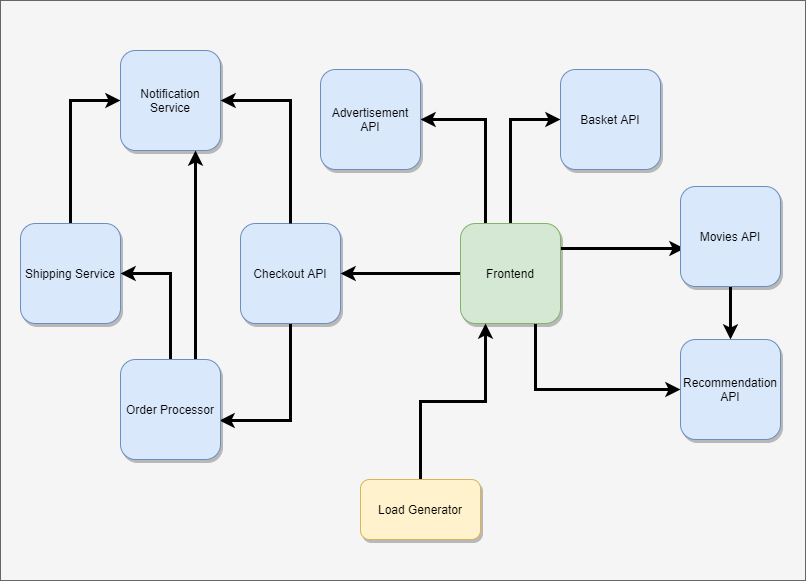
The draw.io diagram resources/Architecture.png in hjgraca/kubeflix, before a commit. Source tidied: cells renumbered, new cells last; positions are measured from the earlier drawing's top-left corner, leaving out a move shared by most shapes. Source of this version:
```xml
<mxGraphModel>
  <root>
    <mxCell id="0" />
    <mxCell id="1" parent="0" />
    <mxCell id="2" style="rounded=0;whiteSpace=wrap;html=1;fillColor=#f5f5f5;strokeColor=#666666;fontColor=#333333;" parent="1" vertex="1">
      <mxGeometry width="805" height="580" as="geometry" />
    </mxCell>
    <mxCell id="3" style="edgeStyle=orthogonalEdgeStyle;rounded=0;jettySize=auto;html=1;exitX=0.75;exitY=1;exitDx=0;exitDy=0;entryX=0;entryY=0.5;entryDx=0;entryDy=0;strokeWidth=3;" parent="1" edge="1" source="8" target="11">
      <mxGeometry relative="1" as="geometry" />
    </mxCell>
    <mxCell id="4" style="edgeStyle=orthogonalEdgeStyle;rounded=0;jettySize=auto;html=1;entryX=1;entryY=0.5;entryDx=0;entryDy=0;strokeWidth=3;" parent="1" edge="1" source="8" target="16">
      <mxGeometry relative="1" as="geometry" />
    </mxCell>
    <mxCell id="5" style="edgeStyle=orthogonalEdgeStyle;rounded=0;jettySize=auto;html=1;exitX=0.25;exitY=0;exitDx=0;exitDy=0;entryX=1;entryY=0.5;entryDx=0;entryDy=0;strokeWidth=3;" parent="1" edge="1" source="8" target="21">
      <mxGeometry relative="1" as="geometry" />
    </mxCell>
    <mxCell id="6" style="edgeStyle=orthogonalEdgeStyle;rounded=0;jettySize=auto;html=1;exitX=0.5;exitY=0;exitDx=0;exitDy=0;entryX=0;entryY=0.5;entryDx=0;entryDy=0;strokeWidth=3;" parent="1" edge="1" source="8" target="12">
      <mxGeometry relative="1" as="geometry" />
    </mxCell>
    <mxCell id="7" style="edgeStyle=orthogonalEdgeStyle;rounded=0;jettySize=auto;html=1;exitX=1;exitY=0.25;exitDx=0;exitDy=0;entryX=0.04;entryY=0.62;entryDx=0;entryDy=0;entryPerimeter=0;strokeWidth=3;" parent="1" edge="1" source="8" target="10">
      <mxGeometry relative="1" as="geometry" />
    </mxCell>
    <mxCell id="8" value="Frontend" style="whiteSpace=wrap;html=1;fillColor=#d5e8d4;strokeColor=#82b366;rounded=1;shadow=1;glass=0;sketch=0;" parent="1" vertex="1">
      <mxGeometry x="460" y="223" width="100" height="100" as="geometry" />
    </mxCell>
    <mxCell id="9" style="edgeStyle=orthogonalEdgeStyle;rounded=0;jettySize=auto;html=1;exitX=0.5;exitY=1;exitDx=0;exitDy=0;entryX=0.5;entryY=0;entryDx=0;entryDy=0;strokeWidth=3;" parent="1" edge="1" source="10" target="11">
      <mxGeometry relative="1" as="geometry" />
    </mxCell>
    <mxCell id="10" value="Movies API" style="whiteSpace=wrap;html=1;fillColor=#dae8fc;strokeColor=#6c8ebf;rounded=1;shadow=1;glass=0;sketch=0;" parent="1" vertex="1">
      <mxGeometry x="680" y="186" width="100" height="100" as="geometry" />
    </mxCell>
    <mxCell id="11" value="Recommendation API" style="whiteSpace=wrap;html=1;fillColor=#dae8fc;strokeColor=#6c8ebf;rounded=1;shadow=1;glass=0;sketch=0;" parent="1" vertex="1">
      <mxGeometry x="680" y="339" width="100" height="100" as="geometry" />
    </mxCell>
    <mxCell id="12" value="Basket API" style="whiteSpace=wrap;html=1;fillColor=#dae8fc;strokeColor=#6c8ebf;rounded=1;shadow=1;glass=0;sketch=0;" parent="1" vertex="1">
      <mxGeometry x="560" y="69" width="100" height="100" as="geometry" />
    </mxCell>
    <mxCell id="13" style="edgeStyle=orthogonalEdgeStyle;rounded=0;jettySize=auto;html=1;entryX=1;entryY=0.5;entryDx=0;entryDy=0;strokeWidth=3;" parent="1" edge="1" source="20" target="17">
      <mxGeometry relative="1" as="geometry" />
    </mxCell>
    <mxCell id="14" style="edgeStyle=orthogonalEdgeStyle;rounded=0;jettySize=auto;html=1;entryX=0;entryY=0.5;entryDx=0;entryDy=0;strokeWidth=3;" parent="1" edge="1" source="17" target="18">
      <mxGeometry relative="1" as="geometry" />
    </mxCell>
    <mxCell id="15" style="edgeStyle=orthogonalEdgeStyle;rounded=0;jettySize=auto;html=1;exitX=0.5;exitY=1;exitDx=0;exitDy=0;entryX=0.99;entryY=0.61;entryDx=0;entryDy=0;entryPerimeter=0;strokeWidth=3;" parent="1" edge="1" source="16" target="20">
      <mxGeometry relative="1" as="geometry" />
    </mxCell>
    <mxCell id="16" value="Checkout API" style="whiteSpace=wrap;html=1;fillColor=#dae8fc;strokeColor=#6c8ebf;rounded=1;shadow=1;glass=0;sketch=0;" parent="1" vertex="1">
      <mxGeometry x="240" y="223" width="100" height="100" as="geometry" />
    </mxCell>
    <mxCell id="17" value="Shipping Service" style="whiteSpace=wrap;html=1;fillColor=#dae8fc;strokeColor=#6c8ebf;rounded=1;shadow=1;glass=0;sketch=0;" parent="1" vertex="1">
      <mxGeometry x="20" y="223" width="100" height="100" as="geometry" />
    </mxCell>
    <mxCell id="18" value="Notification Service" style="whiteSpace=wrap;html=1;fillColor=#dae8fc;strokeColor=#6c8ebf;rounded=1;shadow=1;glass=0;sketch=0;" parent="1" vertex="1">
      <mxGeometry x="120" y="50" width="100" height="100" as="geometry" />
    </mxCell>
    <mxCell id="19" style="edgeStyle=orthogonalEdgeStyle;rounded=0;jettySize=auto;html=1;exitX=0.75;exitY=0;exitDx=0;exitDy=0;entryX=0.75;entryY=1;entryDx=0;entryDy=0;strokeWidth=3;" parent="1" edge="1" source="20" target="18">
      <mxGeometry relative="1" as="geometry" />
    </mxCell>
    <mxCell id="20" value="Order Processor" style="whiteSpace=wrap;html=1;fillColor=#dae8fc;strokeColor=#6c8ebf;rounded=1;shadow=1;glass=0;sketch=0;" parent="1" vertex="1">
      <mxGeometry x="120" y="359" width="100" height="100" as="geometry" />
    </mxCell>
    <mxCell id="21" value="Advertisement API" style="whiteSpace=wrap;html=1;fillColor=#dae8fc;strokeColor=#6c8ebf;rounded=1;shadow=1;glass=0;sketch=0;" parent="1" vertex="1">
      <mxGeometry x="320" y="69" width="100" height="100" as="geometry" />
    </mxCell>
    <mxCell id="22" style="edgeStyle=orthogonalEdgeStyle;rounded=0;jettySize=auto;html=1;entryX=0.25;entryY=1;entryDx=0;entryDy=0;strokeWidth=3;" parent="1" edge="1" source="23" target="8">
      <mxGeometry relative="1" as="geometry" />
    </mxCell>
    <mxCell id="23" value="Load Generator" style="rounded=1;whiteSpace=wrap;html=1;fillColor=#fff2cc;strokeColor=#d6b656;shadow=1;glass=0;sketch=0;" parent="1" vertex="1">
      <mxGeometry x="360" y="479" width="120" height="60" as="geometry" />
    </mxCell>
    <mxCell id="24" style="edgeStyle=orthogonalEdgeStyle;rounded=0;jettySize=auto;html=1;entryX=1;entryY=0.5;entryDx=0;entryDy=0;strokeWidth=3;exitX=0.5;exitY=0;exitDx=0;exitDy=0;" parent="1" edge="1" source="16" target="18">
      <mxGeometry relative="1" as="geometry" />
    </mxCell>
  </root>
</mxGraphModel>
```
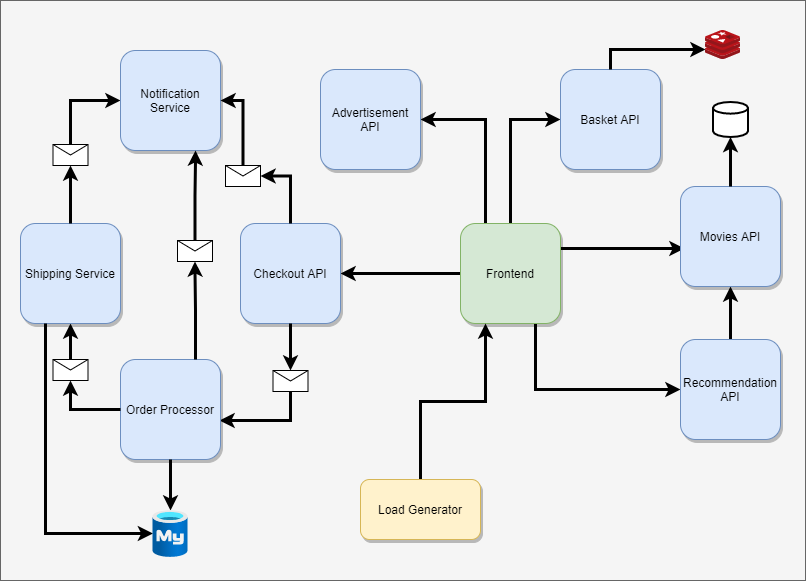
After the commit.

The edit, as a diff of the source:
```diff
@@ -23,7 +23,7 @@
     <mxCell id="8" value="Frontend" style="whiteSpace=wrap;html=1;fillColor=#d5e8d4;strokeColor=#82b366;rounded=1;shadow=1;glass=0;sketch=0;" parent="1" vertex="1">
       <mxGeometry x="460" y="223" width="100" height="100" as="geometry" />
     </mxCell>
-    <mxCell id="9" style="edgeStyle=orthogonalEdgeStyle;rounded=0;jettySize=auto;html=1;exitX=0.5;exitY=1;exitDx=0;exitDy=0;entryX=0.5;entryY=0;entryDx=0;entryDy=0;strokeWidth=3;" parent="1" edge="1" source="10" target="11">
+    <mxCell id="9" style="edgeStyle=orthogonalEdgeStyle;rounded=0;jettySize=auto;html=1;exitX=0.5;exitY=0;exitDx=0;exitDy=0;entryX=0.5;entryY=1;entryDx=0;entryDy=0;strokeWidth=3;" parent="1" edge="1" source="11" target="10">
       <mxGeometry relative="1" as="geometry" />
     </mxCell>
     <mxCell id="10" value="Movies API" style="whiteSpace=wrap;html=1;fillColor=#dae8fc;strokeColor=#6c8ebf;rounded=1;shadow=1;glass=0;sketch=0;" parent="1" vertex="1">
@@ -35,13 +35,13 @@
     <mxCell id="12" value="Basket API" style="whiteSpace=wrap;html=1;fillColor=#dae8fc;strokeColor=#6c8ebf;rounded=1;shadow=1;glass=0;sketch=0;" parent="1" vertex="1">
       <mxGeometry x="560" y="69" width="100" height="100" as="geometry" />
     </mxCell>
-    <mxCell id="13" style="edgeStyle=orthogonalEdgeStyle;rounded=0;jettySize=auto;html=1;entryX=1;entryY=0.5;entryDx=0;entryDy=0;strokeWidth=3;" parent="1" edge="1" source="20" target="17">
+    <mxCell id="13" style="edgeStyle=orthogonalEdgeStyle;rounded=0;jettySize=auto;html=1;entryX=0.5;entryY=1;entryDx=0;entryDy=0;strokeWidth=3;exitX=0.5;exitY=0;exitDx=0;exitDy=0;" parent="1" edge="1" source="33" target="17">
       <mxGeometry relative="1" as="geometry" />
     </mxCell>
-    <mxCell id="14" style="edgeStyle=orthogonalEdgeStyle;rounded=0;jettySize=auto;html=1;entryX=0;entryY=0.5;entryDx=0;entryDy=0;strokeWidth=3;" parent="1" edge="1" source="17" target="18">
+    <mxCell id="14" style="edgeStyle=orthogonalEdgeStyle;rounded=0;jettySize=auto;html=1;entryX=0;entryY=0.5;entryDx=0;entryDy=0;strokeWidth=3;exitX=0.5;exitY=0;exitDx=0;exitDy=0;" parent="1" edge="1" source="31" target="18">
       <mxGeometry relative="1" as="geometry" />
     </mxCell>
-    <mxCell id="15" style="edgeStyle=orthogonalEdgeStyle;rounded=0;jettySize=auto;html=1;exitX=0.5;exitY=1;exitDx=0;exitDy=0;entryX=0.99;entryY=0.61;entryDx=0;entryDy=0;entryPerimeter=0;strokeWidth=3;" parent="1" edge="1" source="16" target="20">
+    <mxCell id="15" style="edgeStyle=orthogonalEdgeStyle;rounded=0;jettySize=auto;html=1;exitX=0.5;exitY=1;exitDx=0;exitDy=0;entryX=0.99;entryY=0.61;entryDx=0;entryDy=0;entryPerimeter=0;strokeWidth=3;" parent="1" edge="1" source="27" target="20">
       <mxGeometry relative="1" as="geometry" />
     </mxCell>
     <mxCell id="16" value="Checkout API" style="whiteSpace=wrap;html=1;fillColor=#dae8fc;strokeColor=#6c8ebf;rounded=1;shadow=1;glass=0;sketch=0;" parent="1" vertex="1">
@@ -53,7 +53,7 @@
     <mxCell id="18" value="Notification Service" style="whiteSpace=wrap;html=1;fillColor=#dae8fc;strokeColor=#6c8ebf;rounded=1;shadow=1;glass=0;sketch=0;" parent="1" vertex="1">
       <mxGeometry x="120" y="50" width="100" height="100" as="geometry" />
     </mxCell>
-    <mxCell id="19" style="edgeStyle=orthogonalEdgeStyle;rounded=0;jettySize=auto;html=1;exitX=0.75;exitY=0;exitDx=0;exitDy=0;entryX=0.75;entryY=1;entryDx=0;entryDy=0;strokeWidth=3;" parent="1" edge="1" source="20" target="18">
+    <mxCell id="19" style="edgeStyle=orthogonalEdgeStyle;rounded=0;jettySize=auto;html=1;exitX=0.5;exitY=0;exitDx=0;exitDy=0;entryX=0.75;entryY=1;entryDx=0;entryDy=0;strokeWidth=3;" parent="1" edge="1" source="29" target="18">
       <mxGeometry relative="1" as="geometry" />
     </mxCell>
     <mxCell id="20" value="Order Processor" style="whiteSpace=wrap;html=1;fillColor=#dae8fc;strokeColor=#6c8ebf;rounded=1;shadow=1;glass=0;sketch=0;" parent="1" vertex="1">
@@ -68,8 +68,67 @@
     <mxCell id="23" value="Load Generator" style="rounded=1;whiteSpace=wrap;html=1;fillColor=#fff2cc;strokeColor=#d6b656;shadow=1;glass=0;sketch=0;" parent="1" vertex="1">
       <mxGeometry x="360" y="479" width="120" height="60" as="geometry" />
     </mxCell>
-    <mxCell id="24" style="edgeStyle=orthogonalEdgeStyle;rounded=0;jettySize=auto;html=1;entryX=1;entryY=0.5;entryDx=0;entryDy=0;strokeWidth=3;exitX=0.5;exitY=0;exitDx=0;exitDy=0;" parent="1" edge="1" source="16" target="18">
+    <mxCell id="24" style="edgeStyle=orthogonalEdgeStyle;rounded=0;jettySize=auto;html=1;entryX=1;entryY=0.5;entryDx=0;entryDy=0;strokeWidth=3;exitX=0.5;exitY=0;exitDx=0;exitDy=0;" parent="1" edge="1" source="25" target="18">
       <mxGeometry relative="1" as="geometry" />
     </mxCell>
+    <mxCell id="25" style="shape=message;html=1;whiteSpace=wrap;html=1;outlineConnect=0;" parent="1" vertex="1">
+      <mxGeometry x="225" y="165" width="35" height="21" as="geometry" />
+    </mxCell>
+    <mxCell id="26" style="edgeStyle=orthogonalEdgeStyle;rounded=0;jettySize=auto;html=1;entryX=1;entryY=0.5;entryDx=0;entryDy=0;strokeWidth=3;exitX=0.5;exitY=0;exitDx=0;exitDy=0;" parent="1" edge="1" source="16" target="25">
+      <mxGeometry relative="1" as="geometry" />
+    </mxCell>
+    <mxCell id="27" style="shape=message;html=1;whiteSpace=wrap;html=1;outlineConnect=0;" parent="1" vertex="1">
+      <mxGeometry x="272.5" y="370" width="35" height="21" as="geometry" />
+    </mxCell>
+    <mxCell id="28" style="edgeStyle=orthogonalEdgeStyle;rounded=0;jettySize=auto;html=1;exitX=0.5;exitY=1;exitDx=0;exitDy=0;entryX=0.5;entryY=0;entryDx=0;entryDy=0;strokeWidth=3;" parent="1" edge="1" source="16" target="27">
+      <mxGeometry relative="1" as="geometry" />
+    </mxCell>
+    <mxCell id="29" style="shape=message;html=1;whiteSpace=wrap;html=1;outlineConnect=0;" parent="1" vertex="1">
+      <mxGeometry x="177" y="240" width="35" height="21" as="geometry" />
+    </mxCell>
+    <mxCell id="30" style="edgeStyle=orthogonalEdgeStyle;rounded=0;jettySize=auto;html=1;exitX=0.75;exitY=0;exitDx=0;exitDy=0;entryX=0.5;entryY=1;entryDx=0;entryDy=0;strokeWidth=3;" parent="1" edge="1" source="20" target="29">
+      <mxGeometry relative="1" as="geometry" />
+    </mxCell>
+    <mxCell id="31" style="shape=message;html=1;whiteSpace=wrap;html=1;outlineConnect=0;" parent="1" vertex="1">
+      <mxGeometry x="52.5" y="144" width="35" height="21" as="geometry" />
+    </mxCell>
+    <mxCell id="32" style="edgeStyle=orthogonalEdgeStyle;rounded=0;jettySize=auto;html=1;strokeWidth=3;" parent="1" edge="1" source="17" target="31">
+      <mxGeometry relative="1" as="geometry" />
+    </mxCell>
+    <mxCell id="33" style="shape=message;html=1;whiteSpace=wrap;html=1;outlineConnect=0;" parent="1" vertex="1">
+      <mxGeometry x="52.5" y="359" width="35" height="21" as="geometry" />
+    </mxCell>
+    <mxCell id="34" style="edgeStyle=orthogonalEdgeStyle;rounded=0;jettySize=auto;html=1;entryX=0.5;entryY=1;entryDx=0;entryDy=0;strokeWidth=3;exitX=0;exitY=0.5;exitDx=0;exitDy=0;" parent="1" edge="1" source="20" target="33">
+      <mxGeometry relative="1" as="geometry" />
+    </mxCell>
+    <mxCell id="35" style="edgeStyle=orthogonalEdgeStyle;rounded=0;jettySize=auto;html=1;strokeWidth=3;" parent="1" edge="1" source="20" target="37">
+      <mxGeometry relative="1" as="geometry" />
+    </mxCell>
+    <mxCell id="36" style="edgeStyle=orthogonalEdgeStyle;rounded=0;jettySize=auto;html=1;strokeWidth=3;exitX=0.25;exitY=1;exitDx=0;exitDy=0;" parent="1" edge="1" source="17" target="37">
+      <mxGeometry relative="1" as="geometry">
+        <Array as="points">
+          <mxPoint x="45" y="533" />
+        </Array>
+      </mxGeometry>
+    </mxCell>
+    <mxCell id="37" style="html=1;points=[];align=center;image;fontSize=12;image=img/lib/azure2/databases/Azure_Database_MySQL_Server.svg;" parent="1" vertex="1">
+      <mxGeometry x="152.5" y="510" width="35" height="46.7" as="geometry" />
+    </mxCell>
+    <mxCell id="38" style="edgeStyle=orthogonalEdgeStyle;rounded=0;jettySize=auto;html=1;strokeWidth=3;exitX=0.5;exitY=0;exitDx=0;exitDy=0;" parent="1" edge="1" source="12" target="39">
+      <mxGeometry relative="1" as="geometry">
+        <Array as="points">
+          <mxPoint x="610" y="49" />
+        </Array>
+      </mxGeometry>
+    </mxCell>
+    <mxCell id="39" style="html=1;points=[];align=center;image;fontSize=12;image=img/lib/mscae/Cache_Redis_Product.svg;" parent="1" vertex="1">
+      <mxGeometry x="705" y="30" width="35" height="29.4" as="geometry" />
+    </mxCell>
+    <mxCell id="40" style="edgeStyle=orthogonalEdgeStyle;rounded=0;jettySize=auto;html=1;strokeWidth=3;" parent="1" edge="1" source="10" target="41">
+      <mxGeometry relative="1" as="geometry" />
+    </mxCell>
+    <mxCell id="41" style="strokeWidth=2;html=1;shape=mxgraph.flowchart.database;whiteSpace=wrap;" parent="1" vertex="1">
+      <mxGeometry x="712.5" y="101.5" width="35" height="35" as="geometry" />
+    </mxCell>
   </root>
 </mxGraphModel>
```
